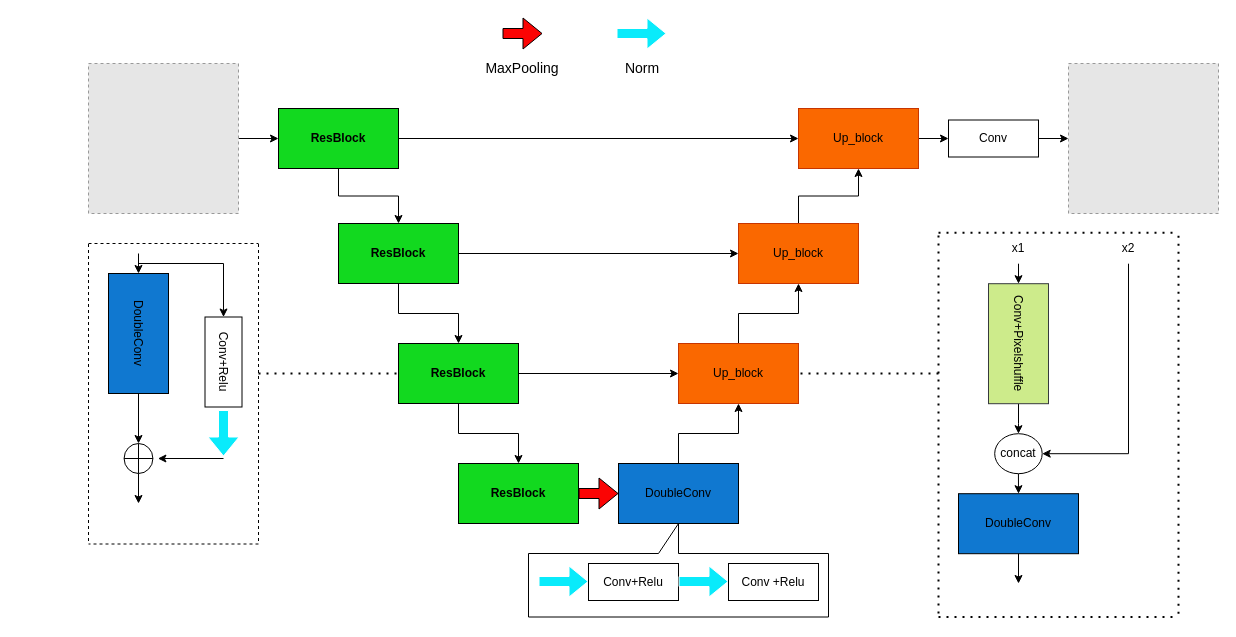
Before: 未命名绘图.drawio in 10yao01/dataset_arrange, a draw.io diagram. Source tidied: cells renumbered, new cells numbered last; positions are measured from the earlier drawing's top-left corner, leaving out a move shared by most shapes. Both pictures are drawn from the tidied source at 100%, with x=0, y=0 at pixel (78, 33). Pictures stored in the file or linked from it are replaced by grey dashed boxes.
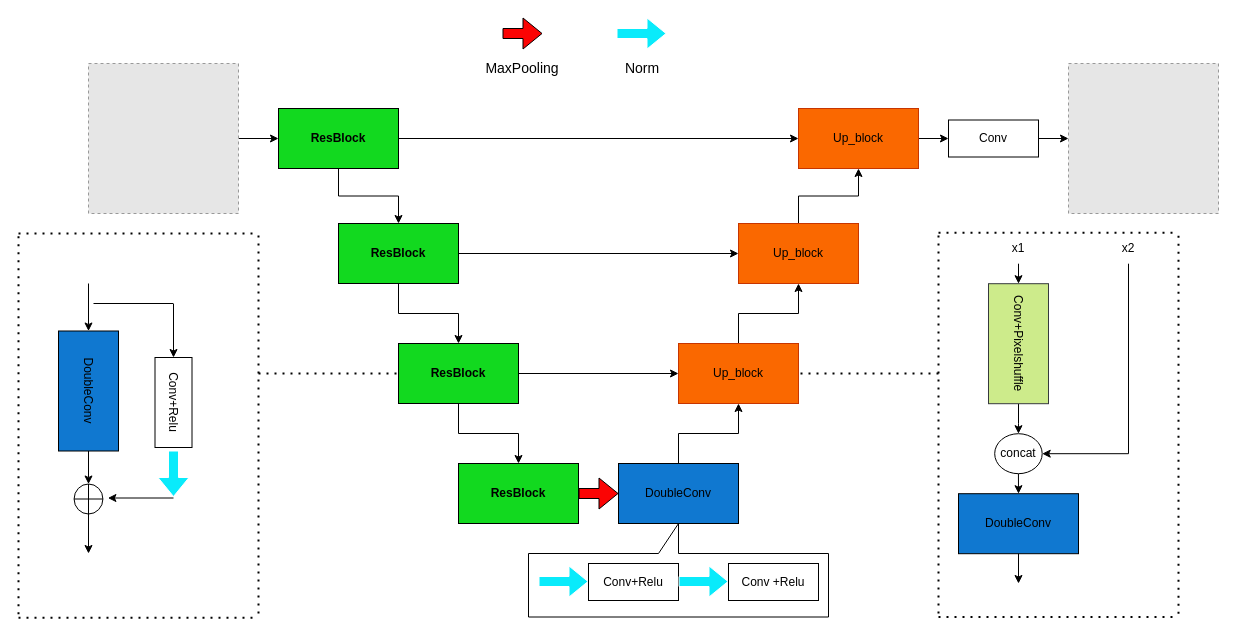
Above is the later version.

Commit message:
更新未命名绘图.drawio

Unchanged cells that the change refers to:
```xml
<mxCell id="3" style="fillColor=#E6E6E6;strokeColor=#999999;dashed=1;verticalLabelPosition=bottom;labelBackgroundColor=default;verticalAlign=top;" parent="1" vertex="1">
  <mxGeometry x="990" y="30" width="150" height="150" as="geometry" />
</mxCell>
```

The edit, as a diff of the source:
```diff
@@
     <mxCell id="33" style="group;" parent="1" vertex="1">
-      <mxGeometry x="10" y="210" width="190" height="300.5" as="geometry" />
+      <mxGeometry x="-20" y="210" width="190" height="300.5" as="geometry" />
     </mxCell>
-    <mxCell id="34" style="endArrow=none;dashed=1;html=1;rounded=0;" parent="33" edge="1">
-      <mxGeometry relative="1" as="geometry">
-        <mxPoint as="sourcePoint" />
-        <mxPoint x="170" as="targetPoint" />
-      </mxGeometry>
-    </mxCell>
-    <mxCell id="35" style="endArrow=none;dashed=1;html=1;rounded=0;" parent="33" edge="1">
-      <mxGeometry relative="1" as="geometry">
-        <mxPoint y="0.5" as="sourcePoint" />
-        <mxPoint y="300.5" as="targetPoint" />
-      </mxGeometry>
-    </mxCell>
-    <mxCell id="36" style="endArrow=none;dashed=1;html=1;rounded=0;" parent="33" edge="1">
-      <mxGeometry relative="1" as="geometry">
-        <mxPoint x="170" y="0.5" as="sourcePoint" />
-        <mxPoint x="170" y="300.5" as="targetPoint" />
-      </mxGeometry>
-    </mxCell>
-    <mxCell id="37" style="endArrow=none;dashed=1;html=1;rounded=0;" parent="33" edge="1">
-      <mxGeometry relative="1" as="geometry">
-        <mxPoint x="170" y="300.5" as="sourcePoint" />
-        <mxPoint y="300.5" as="targetPoint" />
-      </mxGeometry>
-    </mxCell>
+    <mxCell id="70" style="endArrow=none;dashed=1;html=1;dashPattern=1 3;strokeWidth=2;rounded=0;" parent="33" edge="1">
+      <mxGeometry relative="1" as="geometry">
+        <mxPoint x="200" y="370" as="sourcePoint" />
+        <mxPoint x="200" y="-10" as="targetPoint" />
+      </mxGeometry>
+    </mxCell>
@@
     <mxCell id="39" value="DoubleConv" style="rounded=0;whiteSpace=wrap;html=1;fillColor=#1078d0;rotation=90;" parent="33" vertex="1">
-      <mxGeometry x="-10" y="60" width="120" height="60" as="geometry" />
+      <mxGeometry x="-30" y="117.5" width="120" height="60" as="geometry" />
     </mxCell>
     <mxCell id="40" style="group;" parent="33" vertex="1">
-      <mxGeometry x="35.6" y="200" width="28.8" height="30" as="geometry" />
+      <mxGeometry x="15.6" y="240.5" width="28.8" height="30" as="geometry" />
     </mxCell>
@@
     <mxCell id="44" value="Conv+Relu" style="rounded=0;whiteSpace=wrap;html=1;rotation=90;" parent="33" vertex="1">
-      <mxGeometry x="90" y="100" width="90" height="37" as="geometry" />
+      <mxGeometry x="70" y="140.5" width="90" height="37" as="geometry" />
     </mxCell>
-    <mxCell id="45" style="endArrow=classic;html=1;rounded=0;" parent="1" edge="1">
-      <mxGeometry relative="1" as="geometry">
-        <mxPoint x="60" y="220" as="sourcePoint" />
-        <mxPoint x="60" y="240" as="targetPoint" />
-      </mxGeometry>
-    </mxCell>
-    <mxCell id="46" style="endArrow=none;html=1;rounded=0;" parent="1" edge="1">
-      <mxGeometry relative="1" as="geometry">
-        <mxPoint x="60" y="230" as="sourcePoint" />
-        <mxPoint x="145" y="230" as="targetPoint" />
-      </mxGeometry>
-    </mxCell>
-    <mxCell id="47" style="endArrow=classic;html=1;rounded=0;entryX=0;entryY=0.5;entryDx=0;entryDy=0;" parent="1" edge="1" target="44">
+    <mxCell id="47" style="endArrow=classic;html=1;rounded=0;entryX=0;entryY=0.5;entryDx=0;entryDy=0;" parent="33" edge="1" target="44">
       <mxGeometry relative="1" as="geometry">
-        <mxPoint x="145" y="230" as="sourcePoint" />
+        <mxPoint x="115" y="60.5" as="sourcePoint" />
       </mxGeometry>
     </mxCell>
-    <mxCell id="48" style="endArrow=classic;html=1;rounded=0;entryX=1;entryY=0.5;entryDx=0;entryDy=0;" parent="1" edge="1">
+    <mxCell id="48" style="endArrow=classic;html=1;rounded=0;entryX=1;entryY=0.5;entryDx=0;entryDy=0;" parent="33" edge="1">
       <mxGeometry relative="1" as="geometry">
-        <mxPoint x="145" y="425" as="sourcePoint" />
-        <mxPoint x="79.4" y="425" as="targetPoint" />
+        <mxPoint x="115" y="254.5" as="sourcePoint" />
+        <mxPoint x="49.4" y="254.5" as="targetPoint" />
       </mxGeometry>
     </mxCell>
-    <mxCell id="49" style="endArrow=classic;html=1;rounded=0;" parent="1" edge="1">
-      <mxGeometry relative="1" as="geometry">
-        <mxPoint x="60" y="440" as="sourcePoint" />
-        <mxPoint x="60" y="470" as="targetPoint" />
-      </mxGeometry>
-    </mxCell>
-    <mxCell id="50" style="shape=flexArrow;endArrow=classic;html=1;rounded=0;fillColor=#09ebfb;strokeColor=#ffffff;fillStyle=auto;exitX=1;exitY=0.5;exitDx=0;exitDy=0;" parent="1" edge="1">
+    <mxCell id="50" style="shape=flexArrow;endArrow=classic;html=1;rounded=0;fillColor=#09ebfb;strokeColor=#ffffff;fillStyle=auto;exitX=1;exitY=0.5;exitDx=0;exitDy=0;" parent="33" edge="1">
       <mxGeometry relative="1" as="geometry">
-        <mxPoint x="145" y="376.5" as="sourcePoint" />
-        <mxPoint x="145" y="423" as="targetPoint" />
+        <mxPoint x="115" y="207" as="sourcePoint" />
+        <mxPoint x="115" y="253.5" as="targetPoint" />
       </mxGeometry>
     </mxCell>
@@
+    <mxCell id="68" style="edgeStyle=orthogonalEdgeStyle;rounded=0;jettySize=auto;html=1;" parent="1" edge="1" source="69" target="3">
+      <mxGeometry relative="1" as="geometry" />
+    </mxCell>
+    <mxCell id="69" value="Conv" style="rounded=0;whiteSpace=wrap;html=1;" parent="1" vertex="1">
+      <mxGeometry x="870" y="86.5" width="90" height="37" as="geometry" />
+    </mxCell>
+    <mxCell id="71" style="group;" parent="1" vertex="1">
+      <mxGeometry x="860" y="199.2" width="240" height="384.2" as="geometry" />
+    </mxCell>
+    <mxCell id="72" style="group;" parent="71" vertex="1">
+      <mxGeometry width="240" height="384.2" as="geometry" />
+    </mxCell>
-    <mxCell id="64" style="endArrow=none;dashed=1;html=1;dashPattern=1 3;strokeWidth=2;rounded=0;" parent="1" edge="1">
+    <mxCell id="64" style="endArrow=none;dashed=1;html=1;dashPattern=1 3;strokeWidth=2;rounded=0;" parent="72" edge="1">
       <mxGeometry relative="1" as="geometry">
-        <mxPoint x="860" y="199.2" as="sourcePoint" />
-        <mxPoint x="1100" y="199.2" as="targetPoint" />
+        <mxPoint as="sourcePoint" />
+        <mxPoint x="240" as="targetPoint" />
       </mxGeometry>
     </mxCell>
-    <mxCell id="65" style="endArrow=none;dashed=1;html=1;dashPattern=1 3;strokeWidth=2;rounded=0;" parent="1" edge="1">
+    <mxCell id="65" style="endArrow=none;dashed=1;html=1;dashPattern=1 3;strokeWidth=2;rounded=0;" parent="72" edge="1">
       <mxGeometry relative="1" as="geometry">
-        <mxPoint x="860" y="580" as="sourcePoint" />
-        <mxPoint x="860" y="200" as="targetPoint" />
+        <mxPoint y="380.8" as="sourcePoint" />
+        <mxPoint y="0.8" as="targetPoint" />
       </mxGeometry>
     </mxCell>
-    <mxCell id="66" style="endArrow=none;dashed=1;html=1;dashPattern=1 3;strokeWidth=2;rounded=0;" parent="1" edge="1">
+    <mxCell id="66" style="endArrow=none;dashed=1;html=1;dashPattern=1 3;strokeWidth=2;rounded=0;" parent="72" edge="1">
       <mxGeometry relative="1" as="geometry">
-        <mxPoint x="860" y="583.5" as="sourcePoint" />
-        <mxPoint x="1100" y="583.5" as="targetPoint" />
+        <mxPoint y="384.2" as="sourcePoint" />
+        <mxPoint x="240" y="384.2" as="targetPoint" />
       </mxGeometry>
     </mxCell>
-    <mxCell id="67" style="endArrow=none;dashed=1;html=1;dashPattern=1 3;strokeWidth=2;rounded=0;" parent="1" edge="1">
+    <mxCell id="67" style="endArrow=none;dashed=1;html=1;dashPattern=1 3;strokeWidth=2;rounded=0;" parent="72" edge="1">
       <mxGeometry relative="1" as="geometry">
-        <mxPoint x="1100" y="580.2" as="sourcePoint" />
-        <mxPoint x="1100" y="200.2" as="targetPoint" />
+        <mxPoint x="240" y="381" as="sourcePoint" />
+        <mxPoint x="240" y="1" as="targetPoint" />
       </mxGeometry>
     </mxCell>
-    <mxCell id="68" style="edgeStyle=orthogonalEdgeStyle;rounded=0;jettySize=auto;html=1;" parent="1" edge="1" source="69" target="3">
-      <mxGeometry relative="1" as="geometry" />
-    </mxCell>
-    <mxCell id="69" value="Conv" style="rounded=0;whiteSpace=wrap;html=1;" parent="1" vertex="1">
-      <mxGeometry x="870" y="86.5" width="90" height="37" as="geometry" />
-    </mxCell>
+    <mxCell id="73" style="endArrow=none;dashed=1;html=1;dashPattern=1 3;strokeWidth=2;rounded=0;" parent="1" edge="1">
+      <mxGeometry relative="1" as="geometry">
+        <mxPoint x="-60" y="200" as="sourcePoint" />
+        <mxPoint x="180" y="200" as="targetPoint" />
+      </mxGeometry>
+    </mxCell>
+    <mxCell id="74" style="endArrow=none;dashed=1;html=1;dashPattern=1 3;strokeWidth=2;rounded=0;" parent="1" edge="1">
+      <mxGeometry relative="1" as="geometry">
+        <mxPoint x="-60" y="580.8" as="sourcePoint" />
+        <mxPoint x="-60" y="200.8" as="targetPoint" />
+      </mxGeometry>
+    </mxCell>
+    <mxCell id="75" style="endArrow=none;dashed=1;html=1;dashPattern=1 3;strokeWidth=2;rounded=0;" parent="1" edge="1">
+      <mxGeometry relative="1" as="geometry">
+        <mxPoint x="-60" y="584.2" as="sourcePoint" />
+        <mxPoint x="180" y="584.2" as="targetPoint" />
+      </mxGeometry>
+    </mxCell>
+    <mxCell id="76" style="endArrow=classic;html=1;rounded=0;" parent="1" edge="1">
+      <mxGeometry relative="1" as="geometry">
+        <mxPoint x="10" y="480" as="sourcePoint" />
+        <mxPoint x="10" y="520" as="targetPoint" />
+      </mxGeometry>
+    </mxCell>
+    <mxCell id="77" style="endArrow=none;html=1;rounded=0;" parent="1" edge="1">
+      <mxGeometry relative="1" as="geometry">
+        <mxPoint x="15" y="270" as="sourcePoint" />
+        <mxPoint x="95" y="270" as="targetPoint" />
+      </mxGeometry>
+    </mxCell>
+    <mxCell id="78" style="endArrow=classic;html=1;rounded=0;entryX=0;entryY=0.5;entryDx=0;entryDy=0;" parent="1" edge="1" target="39">
+      <mxGeometry relative="1" as="geometry">
+        <mxPoint x="10" y="250" as="sourcePoint" />
+      </mxGeometry>
+    </mxCell>
```
